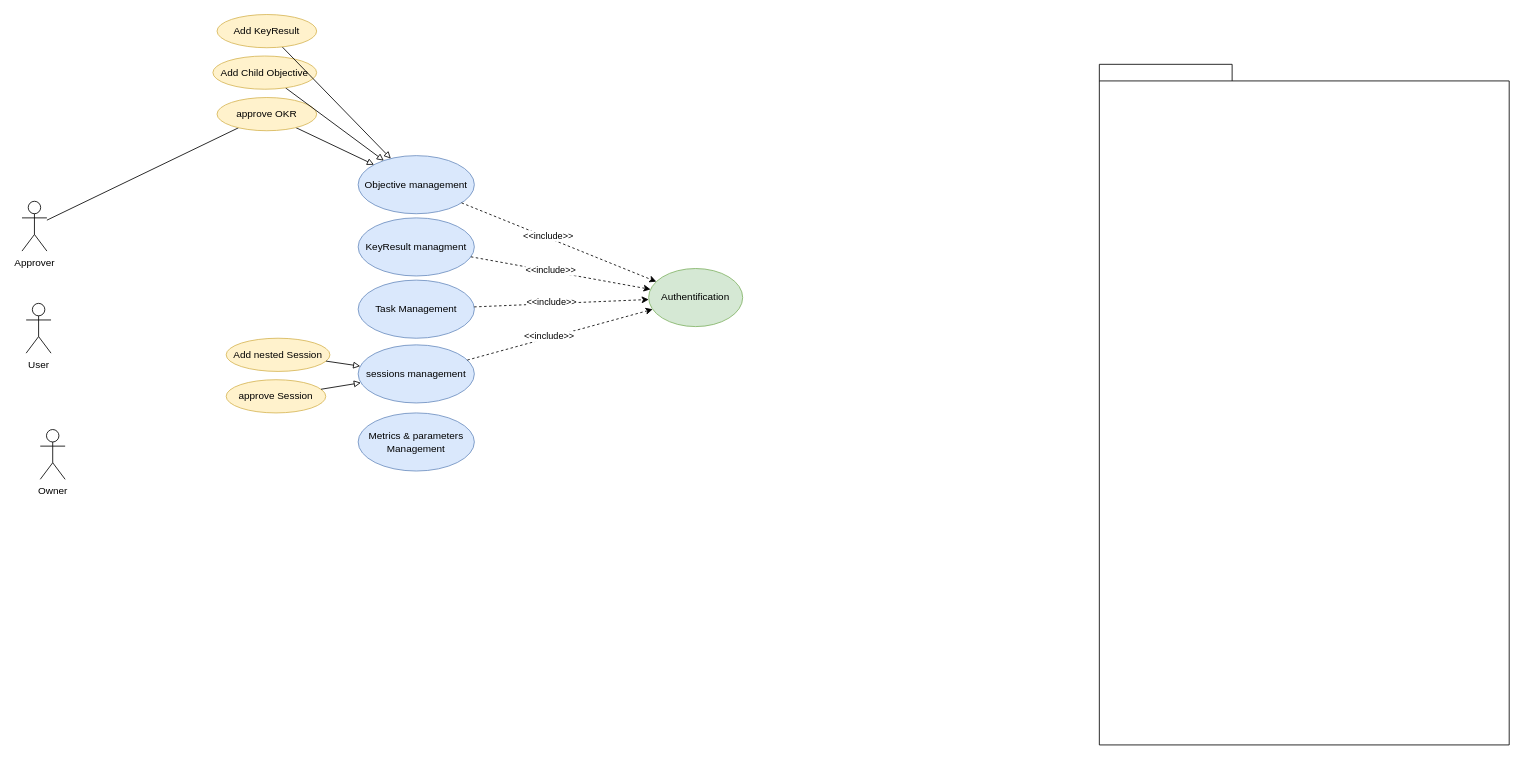
KhFendri/OKR_UML keeps this draw.io diagram as page "OKR managment" (2 of 3) of UseCase_Diagram.drawio. Above is the earlier version. Source tidied: cells renumbered, new cells numbered last; positions are measured from the earlier drawing's top-left corner, leaving out a move shared by most shapes. Both pictures are drawn from the tidied source at 83%, with x=0, y=0 at pixel (22, 14).
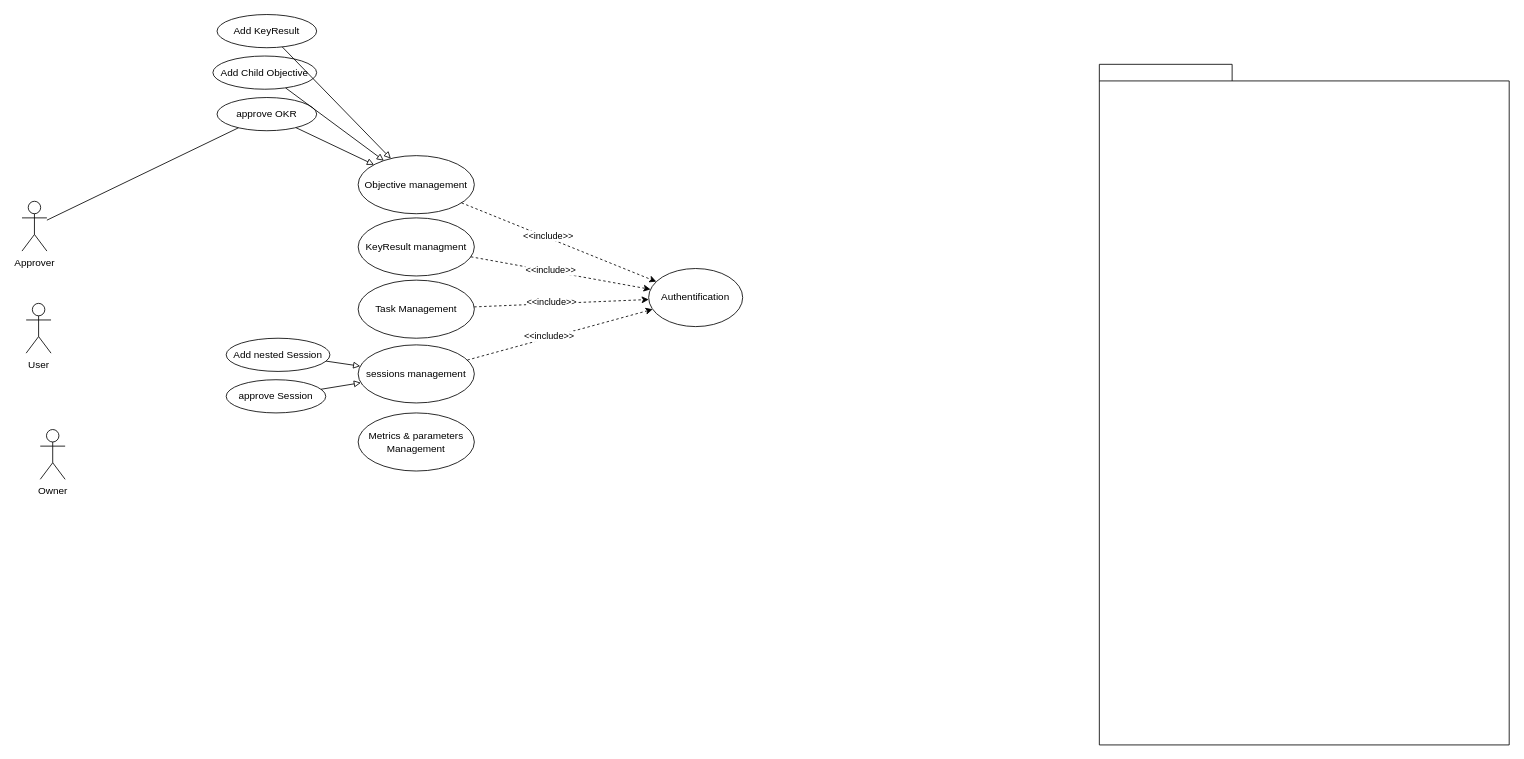
The same diagram, later.

What changed in the source:
```diff
@@
-    <mxCell id="2" value="Objective management" style="ellipse;whiteSpace=wrap;html=1;fillColor=#dae8fc;strokeColor=#6c8ebf;" parent="1" vertex="1">
+    <mxCell id="2" value="Objective management" style="ellipse;whiteSpace=wrap;html=1;" parent="1" vertex="1">
       <mxGeometry x="405" y="170" width="140" height="70" as="geometry" />
     </mxCell>
-    <mxCell id="3" value="KeyResult managment" style="ellipse;whiteSpace=wrap;html=1;fillColor=#dae8fc;strokeColor=#6c8ebf;" parent="1" vertex="1">
+    <mxCell id="3" value="KeyResult managment" style="ellipse;whiteSpace=wrap;html=1;" parent="1" vertex="1">
       <mxGeometry x="405" y="245" width="140" height="70" as="geometry" />
     </mxCell>
-    <mxCell id="4" value="Task Management" style="ellipse;whiteSpace=wrap;html=1;fillColor=#dae8fc;strokeColor=#6c8ebf;" parent="1" vertex="1">
+    <mxCell id="4" value="Task Management" style="ellipse;whiteSpace=wrap;html=1;" parent="1" vertex="1">
       <mxGeometry x="405" y="320" width="140" height="70" as="geometry" />
     </mxCell>
-    <mxCell id="5" value="Metrics &amp;amp; parameters Management" style="ellipse;whiteSpace=wrap;html=1;fillColor=#dae8fc;strokeColor=#6c8ebf;" parent="1" vertex="1">
+    <mxCell id="5" value="Metrics &amp;amp; parameters Management" style="ellipse;whiteSpace=wrap;html=1;" parent="1" vertex="1">
       <mxGeometry x="405" y="480" width="140" height="70" as="geometry" />
     </mxCell>
-    <mxCell id="6" value="&amp;nbsp;sessions management&amp;nbsp;" style="ellipse;whiteSpace=wrap;html=1;fillColor=#dae8fc;strokeColor=#6c8ebf;" parent="1" vertex="1">
+    <mxCell id="6" value="&amp;nbsp;sessions management&amp;nbsp;" style="ellipse;whiteSpace=wrap;html=1;" parent="1" vertex="1">
       <mxGeometry x="405" y="398" width="140" height="70" as="geometry" />
     </mxCell>
@@
-    <mxCell id="12" value="approve OKR" style="ellipse;whiteSpace=wrap;html=1;fillColor=#fff2cc;strokeColor=#d6b656;" parent="1" vertex="1">
+    <mxCell id="12" value="approve OKR" style="ellipse;whiteSpace=wrap;html=1;" parent="1" vertex="1">
       <mxGeometry x="235" y="100" width="120" height="40" as="geometry" />
     </mxCell>
@@
-    <mxCell id="14" value="Add Child Objective" style="ellipse;whiteSpace=wrap;html=1;fillColor=#fff2cc;strokeColor=#d6b656;" parent="1" vertex="1">
+    <mxCell id="14" value="Add Child Objective" style="ellipse;whiteSpace=wrap;html=1;" parent="1" vertex="1">
       <mxGeometry x="230" y="50" width="125" height="40" as="geometry" />
     </mxCell>
@@
-    <mxCell id="16" value="Add KeyResult" style="ellipse;whiteSpace=wrap;html=1;fillColor=#fff2cc;strokeColor=#d6b656;" parent="1" vertex="1">
+    <mxCell id="16" value="Add KeyResult" style="ellipse;whiteSpace=wrap;html=1;" parent="1" vertex="1">
       <mxGeometry x="235" width="120" height="40" as="geometry" />
     </mxCell>
@@
-    <mxCell id="23" value="Add nested Session" style="ellipse;whiteSpace=wrap;html=1;fillColor=#fff2cc;strokeColor=#d6b656;" parent="1" vertex="1">
+    <mxCell id="23" value="Add nested Session" style="ellipse;whiteSpace=wrap;html=1;" parent="1" vertex="1">
       <mxGeometry x="246" y="390" width="125" height="40" as="geometry" />
     </mxCell>
-    <mxCell id="24" value="approve Session" style="ellipse;whiteSpace=wrap;html=1;fillColor=#fff2cc;strokeColor=#d6b656;" parent="1" vertex="1">
+    <mxCell id="24" value="approve Session" style="ellipse;whiteSpace=wrap;html=1;" parent="1" vertex="1">
       <mxGeometry x="246" y="440" width="120" height="40" as="geometry" />
     </mxCell>
@@
-    <mxCell id="30" value="Authentification" style="ellipse;whiteSpace=wrap;html=1;fillColor=#d5e8d4;strokeColor=#82b366;" parent="1" vertex="1">
+    <mxCell id="30" value="Authentification" style="ellipse;whiteSpace=wrap;html=1;" parent="1" vertex="1">
       <mxGeometry x="755" y="306" width="113.3" height="70" as="geometry" />
     </mxCell>
```
